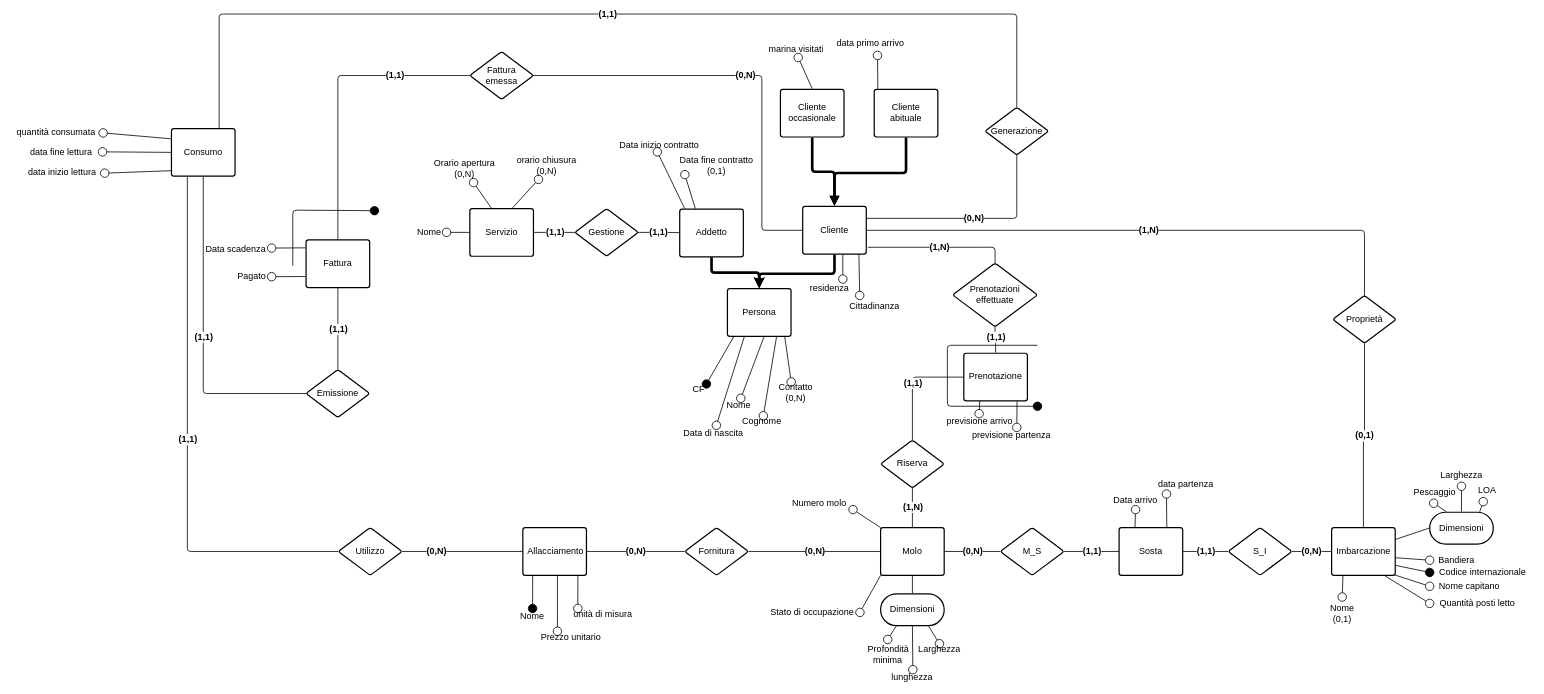
Earlier version of the draw.io diagram page "Concettuale ridotto" (4 of 4) of src_relazione_tex/Er.drawio (alessandro-massarenti/Progetto-basi-di-dati-2022). Source tidied: cells renumbered, new cells numbered last; positions are measured from the earlier drawing's top-left corner, leaving out a move shared by most shapes. Both pictures are drawn from the tidied source at 53%, with x=0, y=0 at pixel (9, 14).
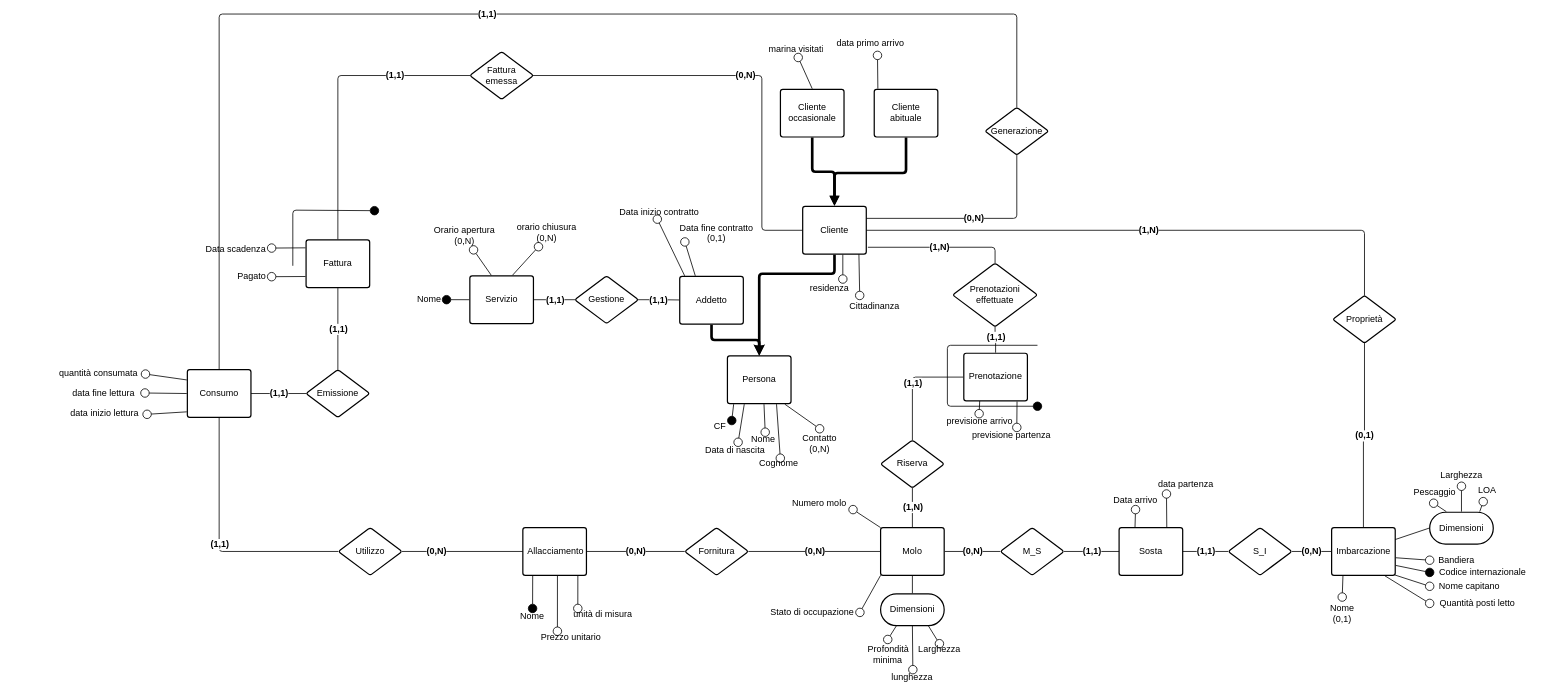
Above is the later version.

Unchanged cells that the change refers to:
```xml
<mxCell id="119" value="Emissione" style="html=1;overflow=block;blockSpacing=1;whiteSpace=wrap;rhombus;fontSize=17;fontColor=#000000;spacing=3.8;strokeColor=#000000;strokeOpacity=100;rounded=1;absoluteArcSize=1;arcSize=9;strokeWidth=2.3;" parent="1" vertex="1">
  <mxGeometry x="560" y="671" width="120" height="90" as="geometry" />
</mxCell>
<mxCell id="131" value="Generazione" style="html=1;overflow=block;blockSpacing=1;whiteSpace=wrap;rhombus;fontSize=17;fontColor=#000000;spacing=3.8;strokeColor=#000000;strokeOpacity=100;rounded=1;absoluteArcSize=1;arcSize=9;strokeWidth=2.3;" parent="1" vertex="1">
  <mxGeometry x="1841" y="176" width="120" height="90" as="geometry" />
</mxCell>
<mxCell id="143" value="Utilizzo" style="html=1;overflow=block;blockSpacing=1;whiteSpace=wrap;rhombus;fontSize=17;fontColor=#000000;spacing=3.8;strokeColor=#000000;strokeOpacity=100;rounded=1;absoluteArcSize=1;arcSize=9;strokeWidth=2.3;" parent="1" vertex="1">
  <mxGeometry x="621" y="969" width="120" height="90" as="geometry" />
</mxCell>
```

Change to the diagram source:
```diff
@@
     <mxCell id="2" value="Data inizio contratto" style="html=1;overflow=block;blockSpacing=1;whiteSpace=wrap;fontSize=17;fontColor=#000000;spacing=0;fillColor=#ffffff;strokeWidth=1.5;strokeColor=none;" parent="1" vertex="1">
-      <mxGeometry x="1145" y="236" width="163" height="24" as="geometry" />
+      <mxGeometry x="1145" y="363" width="163" height="24" as="geometry" />
     </mxCell>
     <mxCell id="3" value="orario chiusura&#10;(0,N)" style="html=1;overflow=block;blockSpacing=1;whiteSpace=wrap;fontSize=17;fontColor=#000000;spacing=0;fillColor=#ffffff;strokeWidth=1.5;strokeColor=none;" parent="1" vertex="1">
-      <mxGeometry x="949" y="260" width="130" height="52" as="geometry" />
+      <mxGeometry x="949" y="387" width="130" height="52" as="geometry" />
     </mxCell>
@@
     <mxCell id="7" value="Contatto&#10;(0,N)" style="html=1;overflow=block;blockSpacing=1;whiteSpace=wrap;fontSize=17;fontColor=#000000;spacing=0;fillColor=none;strokeWidth=1.5;strokeColor=none;" parent="1" vertex="1">
-      <mxGeometry x="1445" y="694" width="78" height="25" as="geometry" />
+      <mxGeometry x="1490" y="782.5" width="78" height="57.5" as="geometry" />
     </mxCell>
@@
     <mxCell id="9" value="Cognome" style="html=1;overflow=block;blockSpacing=1;whiteSpace=wrap;fontSize=17;fontColor=#000000;spacing=0;fillColor=none;strokeWidth=1.5;strokeColor=none;" parent="1" vertex="1">
-      <mxGeometry x="1375" y="758" width="90" height="22" as="geometry" />
+      <mxGeometry x="1407" y="838" width="90" height="22" as="geometry" />
     </mxCell>
@@
     <mxCell id="12" value="data inizio lettura" style="html=1;overflow=block;blockSpacing=1;whiteSpace=wrap;fontSize=17;fontColor=#000000;spacing=0;fillColor=none;strokeWidth=1.5;strokeColor=none;" parent="1" vertex="1">
-      <mxGeometry x="20" y="285" width="160" height="27" as="geometry" />
+      <mxGeometry x="100" y="740" width="160" height="27" as="geometry" />
     </mxCell>
     <mxCell id="13" value="Data fine contratto&#10;(0,1)" style="html=1;overflow=block;blockSpacing=1;whiteSpace=wrap;fontSize=17;fontColor=#000000;spacing=0;fillColor=#ffffff;strokeWidth=1.5;strokeColor=none;" parent="1" vertex="1">
-      <mxGeometry x="1259" y="266" width="151" height="37" as="geometry" />
+      <mxGeometry x="1259" y="393" width="151" height="37" as="geometry" />
     </mxCell>
@@
     <mxCell id="16" value="CF" style="html=1;overflow=block;blockSpacing=1;whiteSpace=wrap;fontSize=17;fontColor=#000000;spacing=0;fillColor=none;strokeWidth=1.5;strokeColor=none;" parent="1" vertex="1">
-      <mxGeometry x="1280" y="698" width="42" height="22" as="geometry" />
+      <mxGeometry x="1308" y="767" width="65.5" height="22" as="geometry" />
     </mxCell>
@@
     <mxCell id="19" value="quantità consumata" style="html=1;overflow=block;blockSpacing=1;whiteSpace=wrap;fontSize=17;fontColor=#000000;spacing=0;fillColor=none;strokeWidth=1.5;strokeColor=none;" parent="1" vertex="1">
-      <mxGeometry y="210" width="177" height="27" as="geometry" />
+      <mxGeometry x="80" y="665" width="177" height="27" as="geometry" />
     </mxCell>
@@
     <mxCell id="23" value="data fine lettura" style="html=1;overflow=block;blockSpacing=1;whiteSpace=wrap;fontSize=17;fontColor=#000000;spacing=0;fillColor=none;strokeWidth=1.5;strokeColor=none;" parent="1" vertex="1">
-      <mxGeometry x="20" y="250" width="156" height="20" as="geometry" />
+      <mxGeometry x="100" y="705" width="156" height="20" as="geometry" />
     </mxCell>
     <mxCell id="24" value="Orario apertura&#10;(0,N)" style="html=1;overflow=block;blockSpacing=1;whiteSpace=wrap;fontSize=17;fontColor=#000000;spacing=0;fillColor=#ffffff;strokeWidth=1.5;strokeColor=none;" parent="1" vertex="1">
-      <mxGeometry x="797" y="266" width="124" height="52" as="geometry" />
+      <mxGeometry x="797" y="393" width="124" height="52" as="geometry" />
     </mxCell>
     <mxCell id="25" value="Nome" style="html=1;overflow=block;blockSpacing=1;whiteSpace=wrap;fontSize=17;fontColor=#000000;spacing=0;fillColor=none;strokeWidth=1.5;strokeColor=none;" parent="1" vertex="1">
-      <mxGeometry x="1344" y="725" width="65" height="27" as="geometry" />
+      <mxGeometry x="1390" y="789" width="65" height="27" as="geometry" />
     </mxCell>
@@
     <mxCell id="27" value="Data di nascita" style="html=1;overflow=block;blockSpacing=1;whiteSpace=wrap;fontSize=17;fontColor=#000000;spacing=0;fillColor=none;strokeWidth=1.5;strokeColor=none;" parent="1" vertex="1">
-      <mxGeometry x="1267" y="776" width="123" height="30" as="geometry" />
+      <mxGeometry x="1308" y="808" width="123" height="30" as="geometry" />
     </mxCell>
@@
     <mxCell id="29" value="Nome" style="html=1;overflow=block;blockSpacing=1;whiteSpace=wrap;fontSize=17;fontColor=#000000;spacing=0;fillColor=#ffffff;strokeWidth=1.5;strokeColor=none;" parent="1" vertex="1">
-      <mxGeometry x="760" y="398.5" width="65" height="27" as="geometry" />
+      <mxGeometry x="760" y="525.5" width="65" height="27" as="geometry" />
     </mxCell>
@@
     <mxCell id="37" value="Addetto" style="html=1;overflow=block;blockSpacing=1;whiteSpace=wrap;fontSize=17;fontColor=#000000;spacing=9;strokeColor=#000000;strokeOpacity=100;rounded=1;absoluteArcSize=1;arcSize=9;strokeWidth=2.3;" parent="1" vertex="1">
-      <mxGeometry x="1265" y="368" width="120" height="90" as="geometry" />
+      <mxGeometry x="1265" y="495" width="120" height="90" as="geometry" />
     </mxCell>
     <mxCell id="38" value="Servizio" style="html=1;overflow=block;blockSpacing=1;whiteSpace=wrap;fontSize=17;fontColor=#000000;spacing=9;strokeColor=#000000;strokeOpacity=100;rounded=1;absoluteArcSize=1;arcSize=9;strokeWidth=2.3;" parent="1" vertex="1">
-      <mxGeometry x="869" y="367" width="120" height="90" as="geometry" />
+      <mxGeometry x="869" y="494" width="120" height="90" as="geometry" />
     </mxCell>
     <mxCell id="39" value="Persona" style="html=1;overflow=block;blockSpacing=1;whiteSpace=wrap;fontSize=17;fontColor=#000000;spacing=9;strokeColor=#000000;strokeOpacity=100;rounded=1;absoluteArcSize=1;arcSize=9;strokeWidth=2.3;" parent="1" vertex="1">
-      <mxGeometry x="1355" y="518" width="120" height="90" as="geometry" />
+      <mxGeometry x="1355" y="645" width="120" height="90" as="geometry" />
     </mxCell>
@@
-    <mxCell id="68" style="html=1;jettySize=18;whiteSpace=wrap;fontSize=17;strokeColor=#000000;strokeWidth=1.5;rounded=1;arcSize=12;startArrow=none;endArrow=oval;endFill=0;endSize=16;exitX=0.902;exitY=1.012;exitPerimeter=0;entryX=0.388;entryY=0;entryPerimeter=0;" parent="1" edge="1" source="39" target="7">
+    <mxCell id="68" style="html=1;jettySize=18;whiteSpace=wrap;fontSize=17;strokeColor=#000000;strokeWidth=1.5;rounded=1;arcSize=12;startArrow=none;endArrow=oval;endFill=0;endSize=16;exitX=0.902;exitY=1.012;exitPerimeter=0;entryX=0.5;entryY=0;entryDx=0;entryDy=0;" parent="1" edge="1" source="39" target="7">
       <mxGeometry relative="1" as="geometry" />
     </mxCell>
@@
-    <mxCell id="78" style="html=1;jettySize=18;whiteSpace=wrap;fontSize=17;strokeColor=#000000;strokeWidth=1.5;rounded=1;arcSize=12;startArrow=none;endArrow=oval;endFill=0;endSize=16;exitX=-0.009;exitY=0.5;exitPerimeter=0;entryX=1;entryY=0.497;entryPerimeter=0;" parent="1" edge="1" source="38" target="29">
+    <mxCell id="78" style="html=1;jettySize=18;whiteSpace=wrap;fontSize=17;strokeColor=#000000;strokeWidth=1.5;rounded=1;arcSize=12;startArrow=none;endArrow=oval;endFill=1;endSize=16;exitX=-0.009;exitY=0.5;exitPerimeter=0;entryX=1;entryY=0.497;entryPerimeter=0;" parent="1" edge="1" source="38" target="29">
       <mxGeometry relative="1" as="geometry" />
     </mxCell>
     <mxCell id="79" value="Gestione" style="html=1;overflow=block;blockSpacing=1;whiteSpace=wrap;rhombus;fontSize=17;fontColor=#000000;spacing=3.8;strokeColor=#000000;strokeOpacity=100;rounded=1;absoluteArcSize=1;arcSize=9;strokeWidth=2.3;" parent="1" vertex="1">
-      <mxGeometry x="1067" y="367" width="120" height="90" as="geometry" />
+      <mxGeometry x="1067" y="494" width="120" height="90" as="geometry" />
     </mxCell>
@@
     <mxCell id="127" value="Consumo" style="html=1;overflow=block;blockSpacing=1;whiteSpace=wrap;fontSize=17;fontColor=#000000;spacing=9;strokeColor=#000000;strokeOpacity=100;rounded=1;absoluteArcSize=1;arcSize=9;strokeWidth=2.3;fillColor=none;" parent="1" vertex="1">
-      <mxGeometry x="306" y="216" width="120" height="90" as="geometry" />
+      <mxGeometry x="336" y="671" width="120" height="90" as="geometry" />
     </mxCell>
@@
-    <mxCell id="134" style="html=1;jettySize=18;whiteSpace=wrap;fontSize=17;fontColor=#000000;fontStyle=1;strokeColor=#000000;strokeWidth=1.5;rounded=1;arcSize=12;edgeStyle=orthogonalEdgeStyle;startArrow=none;endArrow=none;exitX=0.5;exitY=0.004;exitPerimeter=0;entryX=0.75;entryY=0;entryDx=0;entryDy=0;" parent="1" edge="1" source="131" target="127">
+    <mxCell id="134" style="html=1;jettySize=18;whiteSpace=wrap;fontSize=17;fontColor=#000000;fontStyle=1;strokeColor=#000000;strokeWidth=1.5;rounded=1;arcSize=12;edgeStyle=orthogonalEdgeStyle;startArrow=none;endArrow=none;exitX=0.5;exitY=0.004;exitPerimeter=0;entryX=0.5;entryY=0;entryDx=0;entryDy=0;" parent="1" edge="1" source="131" target="127">
       <mxGeometry relative="1" as="geometry">
         <Array as="points">
           <mxPoint x="1901" />
           <mxPoint x="396" />
         </Array>
       </mxGeometry>
     </mxCell>
@@
-    <mxCell id="136" style="html=1;jettySize=18;whiteSpace=wrap;fontSize=17;fontColor=#000000;fontStyle=1;strokeColor=#000000;strokeWidth=1.5;rounded=1;arcSize=12;edgeStyle=orthogonalEdgeStyle;startArrow=none;endArrow=none;exitX=0.009;exitY=0.5;exitPerimeter=0;entryX=0.5;entryY=1.012;entryPerimeter=0;" parent="1" edge="1" source="119" target="127">
+    <mxCell id="136" style="html=1;jettySize=18;whiteSpace=wrap;fontSize=17;fontColor=#000000;fontStyle=1;strokeColor=#000000;strokeWidth=1.5;rounded=1;arcSize=12;edgeStyle=orthogonalEdgeStyle;startArrow=none;endArrow=none;exitX=0.009;exitY=0.5;exitPerimeter=0;entryX=1;entryY=0.5;entryDx=0;entryDy=0;" parent="1" edge="1" source="119" target="127">
       <mxGeometry relative="1" as="geometry" />
     </mxCell>
@@
-    <mxCell id="146" style="html=1;jettySize=18;whiteSpace=wrap;fontSize=17;fontColor=#000000;fontStyle=1;strokeColor=#000000;strokeWidth=1.5;rounded=1;arcSize=12;edgeStyle=orthogonalEdgeStyle;startArrow=none;endArrow=none;entryX=0.25;entryY=1;entryDx=0;entryDy=0;exitX=0;exitY=0.5;exitDx=0;exitDy=0;" parent="1" edge="1" source="143" target="127">
+    <mxCell id="146" style="html=1;jettySize=18;whiteSpace=wrap;fontSize=17;fontColor=#000000;fontStyle=1;strokeColor=#000000;strokeWidth=1.5;rounded=1;arcSize=12;edgeStyle=orthogonalEdgeStyle;startArrow=none;endArrow=none;exitX=0;exitY=0.5;exitDx=0;exitDy=0;entryX=0.5;entryY=1;entryDx=0;entryDy=0;" parent="1" edge="1" source="143" target="127">
       <mxGeometry relative="1" as="geometry">
         <Array as="points">
-          <mxPoint x="336" y="1014" />
+          <mxPoint x="396" y="1014" />
         </Array>
       </mxGeometry>
     </mxCell>
```
